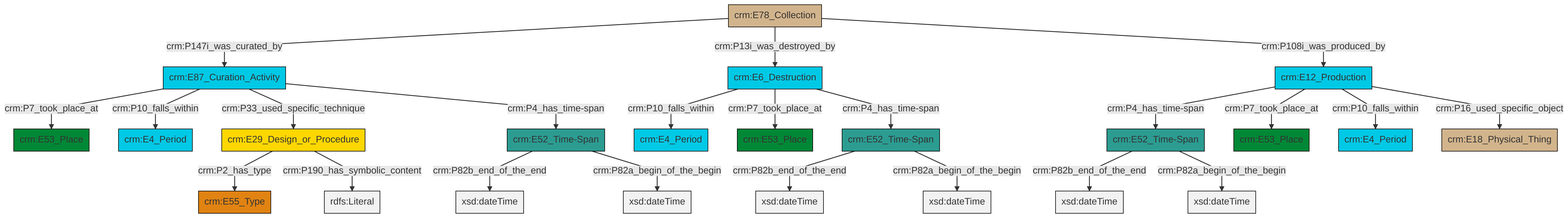
The Mermaid diagram et/archivalCSV/ttl/mmd/png/archival_existence.png in swiss-art-research-net/docs.swissartresearch, before a commit. Its source is kept beside it as et/archivalCSV/ttl/mmd/archival_existence.ttl.mmd.
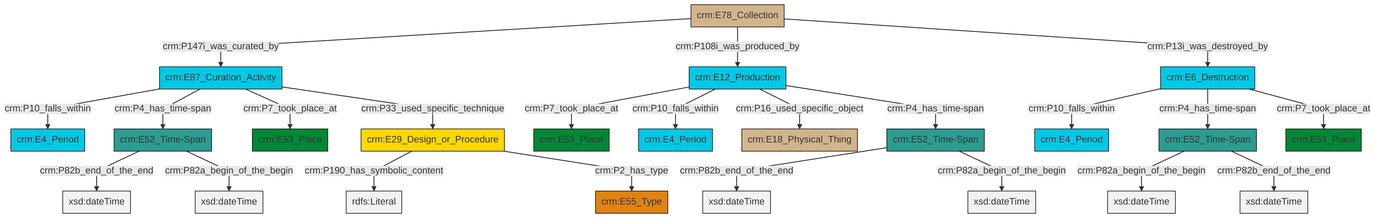
Later version of the same file.

Change to the diagram source:
```diff
@@ -13,25 +13,25 @@
 classDef PC_Classes fill:#4ce600, stroke:#000000;
 classDef Multi fill:#cccccc,stroke:#000000;
 
-0["crm:E12_Production"]:::Temporal_Entity -->|crm:P4_has_time-span| 1["crm:E52_Time-Span"]:::Time-Span
-1["crm:E52_Time-Span"]:::Time-Span -->|crm:P82b_end_of_the_end| 2[xsd:dateTime]:::Literal
-1["crm:E52_Time-Span"]:::Time-Span -->|crm:P82a_begin_of_the_begin| 7[xsd:dateTime]:::Literal
-0["crm:E12_Production"]:::Temporal_Entity -->|crm:P7_took_place_at| 8["crm:E53_Place"]:::Place
-3["crm:E52_Time-Span"]:::Time-Span -->|crm:P82b_end_of_the_end| 11[xsd:dateTime]:::Literal
-18["crm:E87_Curation_Activity"]:::Temporal_Entity -->|crm:P7_took_place_at| 9["crm:E53_Place"]:::Place
-16["crm:E78_Collection"]:::Physical_Thing -->|crm:P147i_was_curated_by| 18["crm:E87_Curation_Activity"]:::Temporal_Entity
-19["crm:E6_Destruction"]:::Temporal_Entity -->|crm:P10_falls_within| 20["crm:E4_Period"]:::Temporal_Entity
-21["crm:E52_Time-Span"]:::Time-Span -->|crm:P82b_end_of_the_end| 22[xsd:dateTime]:::Literal
-19["crm:E6_Destruction"]:::Temporal_Entity -->|crm:P7_took_place_at| 5["crm:E53_Place"]:::Place
-0["crm:E12_Production"]:::Temporal_Entity -->|crm:P10_falls_within| 23["crm:E4_Period"]:::Temporal_Entity
-16["crm:E78_Collection"]:::Physical_Thing -->|crm:P13i_was_destroyed_by| 19["crm:E6_Destruction"]:::Temporal_Entity
-18["crm:E87_Curation_Activity"]:::Temporal_Entity -->|crm:P10_falls_within| 14["crm:E4_Period"]:::Temporal_Entity
-18["crm:E87_Curation_Activity"]:::Temporal_Entity -->|crm:P33_used_specific_technique| 28["crm:E29_Design_or_Procedure"]:::Conceptual_Object
-19["crm:E6_Destruction"]:::Temporal_Entity -->|crm:P4_has_time-span| 21["crm:E52_Time-Span"]:::Time-Span
-0["crm:E12_Production"]:::Temporal_Entity -->|crm:P16_used_specific_object| 25["crm:E18_Physical_Thing"]:::Physical_Thing
-21["crm:E52_Time-Span"]:::Time-Span -->|crm:P82a_begin_of_the_begin| 29[xsd:dateTime]:::Literal
-28["crm:E29_Design_or_Procedure"]:::Conceptual_Object -->|crm:P2_has_type| 12["crm:E55_Type"]:::Type
-3["crm:E52_Time-Span"]:::Time-Span -->|crm:P82a_begin_of_the_begin| 32[xsd:dateTime]:::Literal
-16["crm:E78_Collection"]:::Physical_Thing -->|crm:P108i_was_produced_by| 0["crm:E12_Production"]:::Temporal_Entity
-18["crm:E87_Curation_Activity"]:::Temporal_Entity -->|crm:P4_has_time-span| 3["crm:E52_Time-Span"]:::Time-Span
-28["crm:E29_Design_or_Procedure"]:::Conceptual_Object -->|crm:P190_has_symbolic_content| 37[rdfs:Literal]:::Literal
+2["crm:E6_Destruction"]:::Temporal_Entity -->|crm:P10_falls_within| 3["crm:E4_Period"]:::Temporal_Entity
+4["crm:E87_Curation_Activity"]:::Temporal_Entity -->|crm:P10_falls_within| 5["crm:E4_Period"]:::Temporal_Entity
+6["crm:E78_Collection"]:::Physical_Thing -->|crm:P147i_was_curated_by| 4["crm:E87_Curation_Activity"]:::Temporal_Entity
+6["crm:E78_Collection"]:::Physical_Thing -->|crm:P108i_was_produced_by| 21["crm:E12_Production"]:::Temporal_Entity
+6["crm:E78_Collection"]:::Physical_Thing -->|crm:P13i_was_destroyed_by| 2["crm:E6_Destruction"]:::Temporal_Entity
+0["crm:E29_Design_or_Procedure"]:::Conceptual_Object -->|crm:P190_has_symbolic_content| 25[rdfs:Literal]:::Literal
+4["crm:E87_Curation_Activity"]:::Temporal_Entity -->|crm:P4_has_time-span| 7["crm:E52_Time-Span"]:::Time-Span
+21["crm:E12_Production"]:::Temporal_Entity -->|crm:P7_took_place_at| 16["crm:E53_Place"]:::Place
+10["crm:E52_Time-Span"]:::Time-Span -->|crm:P82b_end_of_the_end| 28[xsd:dateTime]:::Literal
+7["crm:E52_Time-Span"]:::Time-Span -->|crm:P82b_end_of_the_end| 30[xsd:dateTime]:::Literal
+4["crm:E87_Curation_Activity"]:::Temporal_Entity -->|crm:P7_took_place_at| 31["crm:E53_Place"]:::Place
+21["crm:E12_Production"]:::Temporal_Entity -->|crm:P10_falls_within| 14["crm:E4_Period"]:::Temporal_Entity
+23["crm:E52_Time-Span"]:::Time-Span -->|crm:P82a_begin_of_the_begin| 32[xsd:dateTime]:::Literal
+2["crm:E6_Destruction"]:::Temporal_Entity -->|crm:P4_has_time-span| 23["crm:E52_Time-Span"]:::Time-Span
+21["crm:E12_Production"]:::Temporal_Entity -->|crm:P16_used_specific_object| 26["crm:E18_Physical_Thing"]:::Physical_Thing
+0["crm:E29_Design_or_Procedure"]:::Conceptual_Object -->|crm:P2_has_type| 12["crm:E55_Type"]:::Type
+23["crm:E52_Time-Span"]:::Time-Span -->|crm:P82b_end_of_the_end| 36[xsd:dateTime]:::Literal
+7["crm:E52_Time-Span"]:::Time-Span -->|crm:P82a_begin_of_the_begin| 37[xsd:dateTime]:::Literal
+2["crm:E6_Destruction"]:::Temporal_Entity -->|crm:P7_took_place_at| 19["crm:E53_Place"]:::Place
+21["crm:E12_Production"]:::Temporal_Entity -->|crm:P4_has_time-span| 10["crm:E52_Time-Span"]:::Time-Span
+10["crm:E52_Time-Span"]:::Time-Span -->|crm:P82a_begin_of_the_begin| 38[xsd:dateTime]:::Literal
+4["crm:E87_Curation_Activity"]:::Temporal_Entity -->|crm:P33_used_specific_technique| 0["crm:E29_Design_or_Procedure"]:::Conceptual_Object
```
